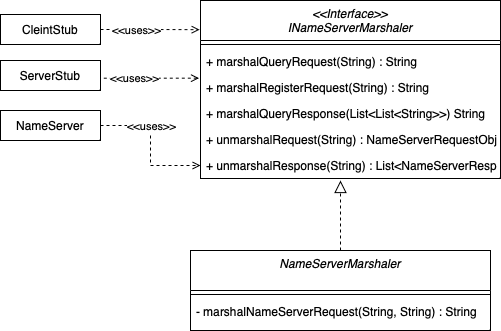
Before: doku-middleware/NameServerMarshaler-ClassDiagramm.drawio.png, a diagram exported from draw.io (PrismFox/tron-game). Source tidied: cells renumbered, new cells last; positions are measured from the earlier drawing's top-left corner, leaving out a move shared by most shapes. Source of this version:
```xml
<mxGraphModel>
  <root>
    <mxCell id="0" />
    <mxCell id="1" parent="0" />
    <mxCell id="2" value="&lt;&lt;Interface&gt;&gt;&#10;INameServerMarshaler" style="swimlane;fontStyle=2;align=center;verticalAlign=top;horizontal=1;startSize=40;rounded=0;shadow=0;strokeWidth=1;" parent="1" vertex="1">
      <mxGeometry x="200" width="300" height="178" as="geometry" />
    </mxCell>
    <mxCell id="3" style="line;html=1;strokeWidth=1;align=left;verticalAlign=middle;spacingTop=-1;spacingLeft=3;spacingRight=3;labelPosition=right;" parent="2" vertex="1">
      <mxGeometry y="40" width="300" height="8" as="geometry" />
    </mxCell>
    <mxCell id="4" value="+ marshalQueryRequest(String) : String" style="text;align=left;verticalAlign=top;spacingLeft=4;spacingRight=4;overflow=hidden;" parent="2" vertex="1">
      <mxGeometry y="48" width="300" height="26" as="geometry" />
    </mxCell>
    <mxCell id="5" value="+ marshalRegisterRequest(String) : String" style="text;align=left;verticalAlign=top;spacingLeft=4;spacingRight=4;overflow=hidden;points=[[0,0.5],[1,0.5]];portConstraint=eastwest;" parent="2" vertex="1">
      <mxGeometry y="74" width="300" height="26" as="geometry" />
    </mxCell>
    <mxCell id="6" value="+ marshalQueryResponse(List&lt;List&lt;String&gt;&gt;) String" style="text;align=left;verticalAlign=top;spacingLeft=4;spacingRight=4;overflow=hidden;" parent="2" vertex="1">
      <mxGeometry y="100" width="300" height="26" as="geometry" />
    </mxCell>
    <mxCell id="7" value="+ unmarshalRequest(String) : NameServerRequestObject" style="text;align=left;verticalAlign=top;spacingLeft=4;spacingRight=4;overflow=hidden;" parent="2" vertex="1">
      <mxGeometry y="126" width="300" height="26" as="geometry" />
    </mxCell>
    <mxCell id="8" value="+ unmarshalResponse(String) : List&lt;NameServerResponseObject&gt;" style="text;align=left;verticalAlign=top;spacingLeft=4;spacingRight=4;overflow=hidden;points=[[0,0.5],[1,0.5]];portConstraint=eastwest;" parent="2" vertex="1">
      <mxGeometry y="152" width="300" height="26" as="geometry" />
    </mxCell>
    <mxCell id="9" value="CleintStub" style="rounded=0;whiteSpace=wrap;html=1;" parent="1" vertex="1">
      <mxGeometry y="14" width="100" height="30" as="geometry" />
    </mxCell>
    <mxCell id="10" value="ServerStub" style="rounded=0;whiteSpace=wrap;html=1;" parent="1" vertex="1">
      <mxGeometry y="60" width="100" height="30" as="geometry" />
    </mxCell>
    <mxCell id="11" style="edgeStyle=orthogonalEdgeStyle;rounded=0;jettySize=auto;html=1;entryX=-0.003;entryY=0.164;entryDx=0;entryDy=0;dashed=1;endArrow=open;endFill=0;exitX=1;exitY=0.5;exitDx=0;exitDy=0;entryPerimeter=0;" parent="1" edge="1" source="9" target="2">
      <mxGeometry relative="1" as="geometry" />
    </mxCell>
    <mxCell id="12" value="&amp;lt;&amp;lt;uses&amp;gt;&amp;gt;" style="edgeLabel;html=1;align=center;verticalAlign=middle;" parent="11" vertex="1">
      <mxGeometry x="-0.29" relative="1" as="geometry" />
    </mxCell>
    <mxCell id="13" style="edgeStyle=orthogonalEdgeStyle;rounded=0;jettySize=auto;html=1;dashed=1;endArrow=open;endFill=0;exitX=1;exitY=0.5;exitDx=0;exitDy=0;entryX=-0.005;entryY=0.141;entryDx=0;entryDy=0;entryPerimeter=0;" parent="1" edge="1" source="10" target="5">
      <mxGeometry relative="1" as="geometry">
        <Array as="points">
          <mxPoint x="100" y="78" />
        </Array>
      </mxGeometry>
    </mxCell>
    <mxCell id="14" value="&amp;lt;&amp;lt;uses&amp;gt;&amp;gt;" style="edgeLabel;html=1;align=center;verticalAlign=middle;" parent="13" vertex="1">
      <mxGeometry x="-0.29" relative="1" as="geometry" />
    </mxCell>
    <mxCell id="15" value="NameServerMarshaler" style="swimlane;fontStyle=2;align=center;verticalAlign=top;horizontal=1;startSize=40;rounded=0;shadow=0;strokeWidth=1;" parent="1" vertex="1">
      <mxGeometry x="190" y="250" width="300" height="80" as="geometry" />
    </mxCell>
    <mxCell id="16" style="line;html=1;strokeWidth=1;align=left;verticalAlign=middle;spacingTop=-1;spacingLeft=3;spacingRight=3;labelPosition=right;" parent="15" vertex="1">
      <mxGeometry y="40" width="300" height="8" as="geometry" />
    </mxCell>
    <mxCell id="17" value="- marshalNameServerRequest(String, String) : String" style="text;align=left;verticalAlign=top;spacingLeft=4;spacingRight=4;overflow=hidden;" parent="15" vertex="1">
      <mxGeometry y="48" width="300" height="26" as="geometry" />
    </mxCell>
    <mxCell id="18" style="endArrow=block;endSize=10;endFill=0;shadow=0;strokeWidth=1;rounded=0;edgeStyle=elbowEdgeStyle;elbow=vertical;dashed=1;exitX=0.5;exitY=0;exitDx=0;exitDy=0;" parent="1" edge="1" source="15">
      <mxGeometry relative="1" as="geometry">
        <mxPoint x="340" y="180" as="targetPoint" />
      </mxGeometry>
    </mxCell>
    <mxCell id="19" value="NameServer" style="rounded=0;whiteSpace=wrap;html=1;" parent="1" vertex="1">
      <mxGeometry y="110" width="100" height="30" as="geometry" />
    </mxCell>
    <mxCell id="20" style="edgeStyle=orthogonalEdgeStyle;rounded=0;jettySize=auto;html=1;dashed=1;endArrow=open;endFill=0;exitX=1;exitY=0.5;exitDx=0;exitDy=0;" parent="1" edge="1" source="19" target="8">
      <mxGeometry relative="1" as="geometry" />
    </mxCell>
    <mxCell id="21" value="&amp;lt;&amp;lt;uses&amp;gt;&amp;gt;" style="edgeLabel;html=1;align=center;verticalAlign=middle;" parent="20" vertex="1">
      <mxGeometry x="-0.29" relative="1" as="geometry" />
    </mxCell>
  </root>
</mxGraphModel>
```
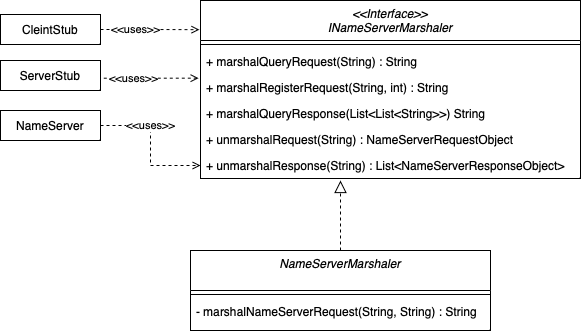
The same diagram one commit later.

The edit, as a diff of the source:
```diff
@@ -3,25 +3,25 @@
     <mxCell id="0" />
     <mxCell id="1" parent="0" />
     <mxCell id="2" value="&lt;&lt;Interface&gt;&gt;&#10;INameServerMarshaler" style="swimlane;fontStyle=2;align=center;verticalAlign=top;horizontal=1;startSize=40;rounded=0;shadow=0;strokeWidth=1;" parent="1" vertex="1">
-      <mxGeometry x="200" width="300" height="178" as="geometry" />
+      <mxGeometry x="200" width="380" height="178" as="geometry" />
     </mxCell>
     <mxCell id="3" style="line;html=1;strokeWidth=1;align=left;verticalAlign=middle;spacingTop=-1;spacingLeft=3;spacingRight=3;labelPosition=right;" parent="2" vertex="1">
-      <mxGeometry y="40" width="300" height="8" as="geometry" />
+      <mxGeometry y="40" width="380" height="8" as="geometry" />
     </mxCell>
     <mxCell id="4" value="+ marshalQueryRequest(String) : String" style="text;align=left;verticalAlign=top;spacingLeft=4;spacingRight=4;overflow=hidden;" parent="2" vertex="1">
-      <mxGeometry y="48" width="300" height="26" as="geometry" />
+      <mxGeometry y="48" width="380" height="26" as="geometry" />
     </mxCell>
-    <mxCell id="5" value="+ marshalRegisterRequest(String) : String" style="text;align=left;verticalAlign=top;spacingLeft=4;spacingRight=4;overflow=hidden;points=[[0,0.5],[1,0.5]];portConstraint=eastwest;" parent="2" vertex="1">
-      <mxGeometry y="74" width="300" height="26" as="geometry" />
+    <mxCell id="5" value="+ marshalRegisterRequest(String, int) : String" style="text;align=left;verticalAlign=top;spacingLeft=4;spacingRight=4;overflow=hidden;points=[[0,0.5],[1,0.5]];portConstraint=eastwest;" parent="2" vertex="1">
+      <mxGeometry y="74" width="380" height="26" as="geometry" />
     </mxCell>
     <mxCell id="6" value="+ marshalQueryResponse(List&lt;List&lt;String&gt;&gt;) String" style="text;align=left;verticalAlign=top;spacingLeft=4;spacingRight=4;overflow=hidden;" parent="2" vertex="1">
-      <mxGeometry y="100" width="300" height="26" as="geometry" />
+      <mxGeometry y="100" width="380" height="26" as="geometry" />
     </mxCell>
     <mxCell id="7" value="+ unmarshalRequest(String) : NameServerRequestObject" style="text;align=left;verticalAlign=top;spacingLeft=4;spacingRight=4;overflow=hidden;" parent="2" vertex="1">
-      <mxGeometry y="126" width="300" height="26" as="geometry" />
+      <mxGeometry y="126" width="380" height="26" as="geometry" />
     </mxCell>
     <mxCell id="8" value="+ unmarshalResponse(String) : List&lt;NameServerResponseObject&gt;" style="text;align=left;verticalAlign=top;spacingLeft=4;spacingRight=4;overflow=hidden;points=[[0,0.5],[1,0.5]];portConstraint=eastwest;" parent="2" vertex="1">
-      <mxGeometry y="152" width="300" height="26" as="geometry" />
+      <mxGeometry y="152" width="380" height="26" as="geometry" />
     </mxCell>
     <mxCell id="9" value="CleintStub" style="rounded=0;whiteSpace=wrap;html=1;" parent="1" vertex="1">
       <mxGeometry y="14" width="100" height="30" as="geometry" />
```
